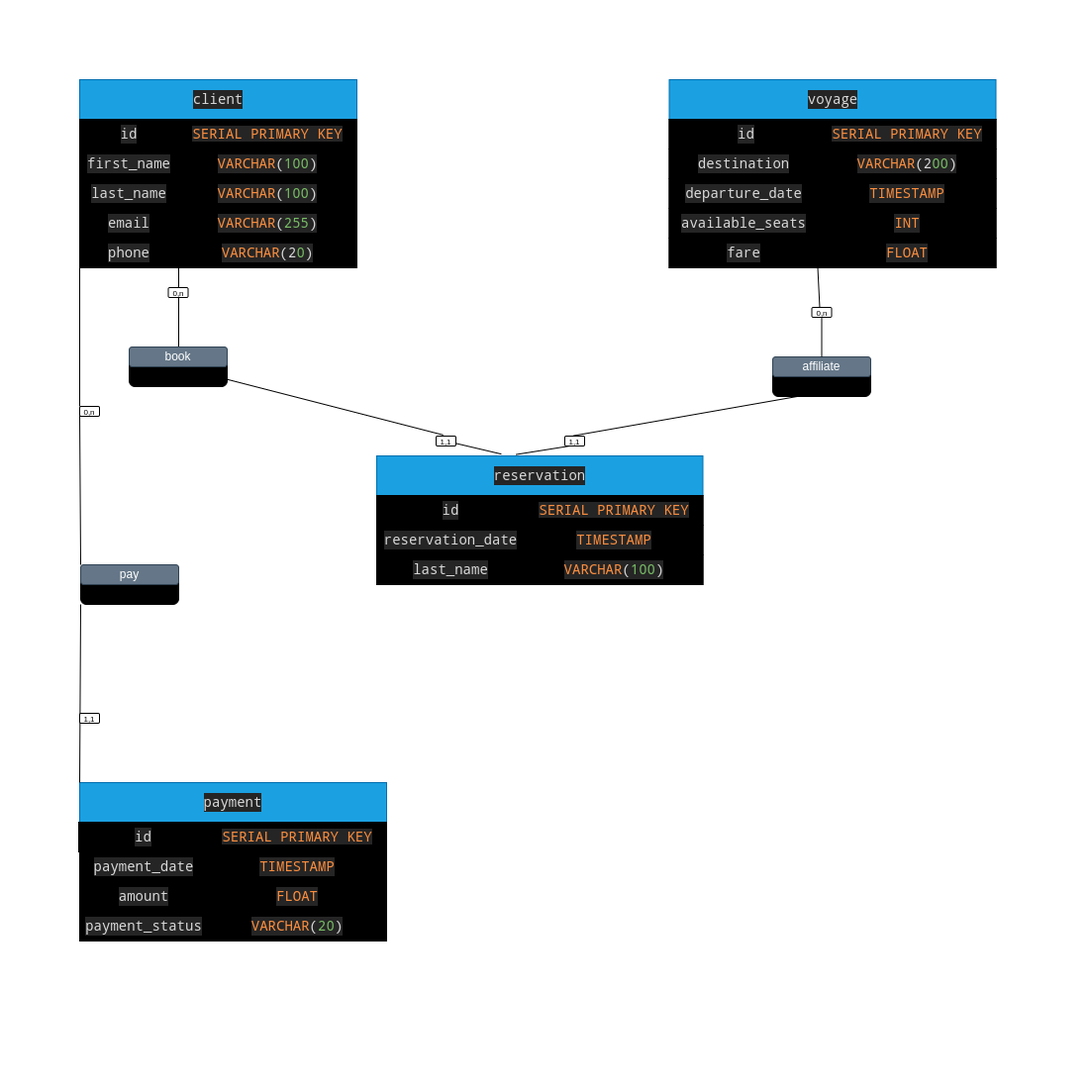
Tiana-Finaritra/4-Transport-booking keeps this draw.io diagram as 1-database/MCD.png. Above is the earlier version. Source tidied: cells renumbered, new cells last; positions are measured from the earlier drawing's top-left corner, leaving out a move shared by most shapes.
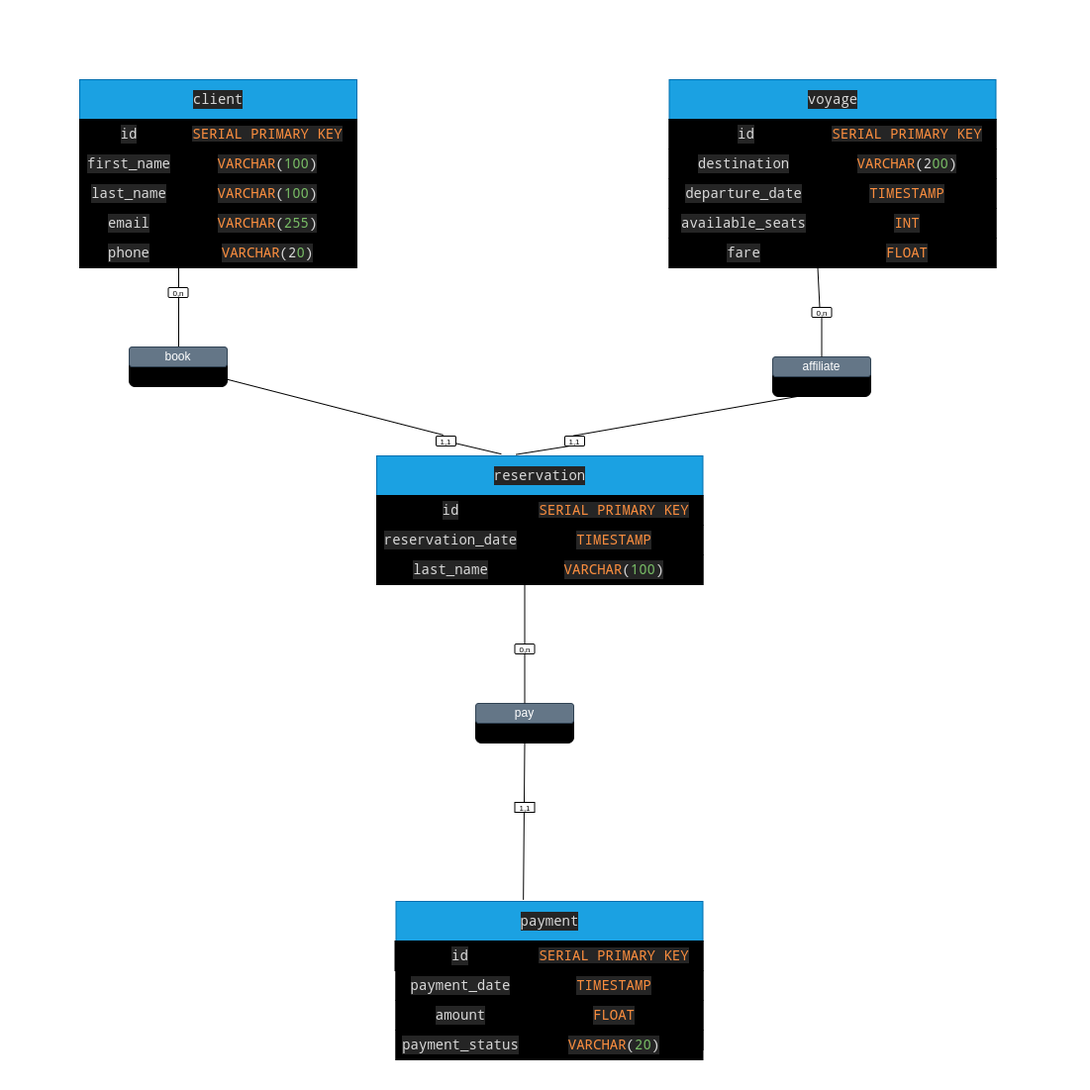
The same file after the commit.

What changed in the source:
```diff
@@ -1,4 +1,4 @@
-<mxGraphModel background="#ffffff">
+<mxGraphModel background="#FFFFFF">
   <root>
     <mxCell id="0" />
     <mxCell id="1" parent="0" />
@@ -99,34 +99,34 @@
       <mxGeometry x="529.5" y="560" width="180" height="30" as="geometry" />
     </mxCell>
     <mxCell id="34" value="&lt;div style=&quot;background-color: rgb(37, 37, 37); font-family: &amp;quot;Droid Sans Mono&amp;quot;, &amp;quot;monospace&amp;quot;, monospace; font-size: 14px; line-height: 19px;&quot;&gt;&lt;div style=&quot;color: rgb(217, 217, 217); line-height: 19px;&quot;&gt;&lt;div style=&quot;line-height: 19px;&quot;&gt;&lt;div style=&quot;line-height: 19px;&quot;&gt;payment&lt;/div&gt;&lt;/div&gt;&lt;/div&gt;&lt;/div&gt;" style="rounded=0;whiteSpace=wrap;html=1;fillColor=#1ba1e2;fontColor=#ffffff;strokeColor=#006EAF;" parent="1" vertex="1">
-      <mxGeometry x="80" y="790" width="310" height="40" as="geometry" />
+      <mxGeometry x="399.5" y="910" width="310" height="40" as="geometry" />
     </mxCell>
     <mxCell id="35" style="rounded=0;whiteSpace=wrap;html=1;fillColor=#000000;" parent="1" vertex="1">
-      <mxGeometry x="110" y="830" width="280" height="110" as="geometry" />
+      <mxGeometry x="429.5" y="950" width="280" height="110" as="geometry" />
     </mxCell>
     <mxCell id="36" style="rounded=0;whiteSpace=wrap;html=1;direction=south;fillColor=#000000;" parent="1" vertex="1">
-      <mxGeometry x="80" y="830" width="130" height="120" as="geometry" />
+      <mxGeometry x="399.5" y="950" width="130" height="120" as="geometry" />
     </mxCell>
     <mxCell id="37" value="&lt;span style=&quot;font-family: &amp;quot;Droid Sans Mono&amp;quot;, &amp;quot;monospace&amp;quot;, monospace; font-size: 14px; background-color: rgb(37, 37, 37); color: rgb(250, 141, 62);&quot;&gt;SERIAL PRIMARY KEY&lt;/span&gt;" style="rounded=0;whiteSpace=wrap;html=1;fillColor=#000000;" parent="1" vertex="1">
-      <mxGeometry x="210" y="830" width="180" height="30" as="geometry" />
+      <mxGeometry x="529.5" y="950" width="180" height="30" as="geometry" />
     </mxCell>
     <mxCell id="38" value="&lt;div style=&quot;color: rgb(217, 217, 217); background-color: rgb(37, 37, 37); font-family: &amp;quot;Droid Sans Mono&amp;quot;, &amp;quot;monospace&amp;quot;, monospace; font-size: 14px; line-height: 19px;&quot;&gt;&lt;div style=&quot;line-height: 19px;&quot;&gt;&lt;div style=&quot;line-height: 19px;&quot;&gt;payment_date&lt;/div&gt;&lt;/div&gt;&lt;/div&gt;" style="rounded=0;whiteSpace=wrap;html=1;fillColor=#000000;" parent="1" vertex="1">
-      <mxGeometry x="80" y="860" width="130" height="30" as="geometry" />
+      <mxGeometry x="399.5" y="980" width="130" height="30" as="geometry" />
     </mxCell>
     <mxCell id="39" value="&lt;div style=&quot;color: rgb(217, 217, 217); background-color: rgb(37, 37, 37); font-family: &amp;quot;Droid Sans Mono&amp;quot;, &amp;quot;monospace&amp;quot;, monospace; font-size: 14px; line-height: 19px;&quot;&gt;&lt;div style=&quot;line-height: 19px;&quot;&gt;&lt;div style=&quot;line-height: 19px;&quot;&gt;&lt;span style=&quot;color: #fa8d3e;&quot;&gt;TIMESTAMP&lt;/span&gt;&lt;/div&gt;&lt;/div&gt;&lt;/div&gt;" style="rounded=0;whiteSpace=wrap;html=1;fillColor=#000000;" parent="1" vertex="1">
-      <mxGeometry x="210" y="860" width="180" height="30" as="geometry" />
+      <mxGeometry x="529.5" y="980" width="180" height="30" as="geometry" />
     </mxCell>
     <mxCell id="40" value="&lt;div style=&quot;color: rgb(217, 217, 217); background-color: rgb(37, 37, 37); font-family: &amp;quot;Droid Sans Mono&amp;quot;, &amp;quot;monospace&amp;quot;, monospace; font-size: 14px; line-height: 19px;&quot;&gt;&lt;div style=&quot;line-height: 19px;&quot;&gt;&lt;div style=&quot;line-height: 19px;&quot;&gt;amount&lt;/div&gt;&lt;/div&gt;&lt;/div&gt;" style="rounded=0;whiteSpace=wrap;html=1;fillColor=#000000;" parent="1" vertex="1">
-      <mxGeometry x="80" y="890" width="130" height="30" as="geometry" />
+      <mxGeometry x="399.5" y="1010" width="130" height="30" as="geometry" />
     </mxCell>
     <mxCell id="41" value="&lt;div style=&quot;color: rgb(217, 217, 217); background-color: rgb(37, 37, 37); font-family: &amp;quot;Droid Sans Mono&amp;quot;, &amp;quot;monospace&amp;quot;, monospace; font-size: 14px; line-height: 19px;&quot;&gt;&lt;div style=&quot;line-height: 19px;&quot;&gt;&lt;div style=&quot;line-height: 19px;&quot;&gt;&lt;div style=&quot;line-height: 19px;&quot;&gt;&lt;span style=&quot;color: #fa8d3e;&quot;&gt;FLOAT&lt;/span&gt;&lt;/div&gt;&lt;/div&gt;&lt;/div&gt;&lt;/div&gt;" style="rounded=0;whiteSpace=wrap;html=1;fillColor=#000000;" parent="1" vertex="1">
-      <mxGeometry x="210" y="890" width="180" height="30" as="geometry" />
+      <mxGeometry x="529.5" y="1010" width="180" height="30" as="geometry" />
     </mxCell>
     <mxCell id="42" value="&lt;div style=&quot;color: rgb(217, 217, 217); background-color: rgb(37, 37, 37); font-family: &amp;quot;Droid Sans Mono&amp;quot;, &amp;quot;monospace&amp;quot;, monospace; font-size: 14px; line-height: 19px;&quot;&gt;&lt;div style=&quot;line-height: 19px;&quot;&gt;&lt;div style=&quot;line-height: 19px;&quot;&gt;&lt;div style=&quot;line-height: 19px;&quot;&gt;payment_status&lt;/div&gt;&lt;/div&gt;&lt;/div&gt;&lt;/div&gt;" style="rounded=0;whiteSpace=wrap;html=1;fillColor=#000000;" parent="1" vertex="1">
-      <mxGeometry x="80" y="920" width="130" height="30" as="geometry" />
+      <mxGeometry x="399.5" y="1040" width="130" height="30" as="geometry" />
     </mxCell>
     <mxCell id="43" value="&lt;div style=&quot;color: rgb(217, 217, 217); background-color: rgb(37, 37, 37); font-family: &amp;quot;Droid Sans Mono&amp;quot;, &amp;quot;monospace&amp;quot;, monospace; font-size: 14px; line-height: 19px;&quot;&gt;&lt;div style=&quot;line-height: 19px;&quot;&gt;&lt;div style=&quot;line-height: 19px;&quot;&gt;&lt;div style=&quot;line-height: 19px;&quot;&gt;&lt;div style=&quot;line-height: 19px;&quot;&gt;&lt;span style=&quot;color: #fa8d3e;&quot;&gt;VARCHAR&lt;/span&gt;(&lt;span style=&quot;color: #78bd65;&quot;&gt;20&lt;/span&gt;)&lt;/div&gt;&lt;/div&gt;&lt;/div&gt;&lt;/div&gt;&lt;/div&gt;" style="rounded=0;whiteSpace=wrap;html=1;fillColor=#000000;" parent="1" vertex="1">
-      <mxGeometry x="210" y="920" width="180" height="30" as="geometry" />
+      <mxGeometry x="529.5" y="1040" width="180" height="30" as="geometry" />
     </mxCell>
     <mxCell id="44" style="endArrow=none;html=1;fontColor=#fb4f3c;entryX=0;entryY=1;entryDx=0;entryDy=0;" parent="1" edge="1" target="13">
       <mxGeometry relative="1" as="geometry">
@@ -176,29 +176,25 @@
       <mxGeometry x="819.5" y="310" width="20" height="10" as="geometry" />
     </mxCell>
     <mxCell id="59" style="rounded=1;whiteSpace=wrap;html=1;fillColor=#000000;" parent="1" vertex="1">
-      <mxGeometry x="81" y="570" width="99" height="40" as="geometry" />
+      <mxGeometry x="480" y="710" width="99" height="40" as="geometry" />
     </mxCell>
     <mxCell id="60" value="pay" style="rounded=1;whiteSpace=wrap;html=1;fillColor=#647687;fontColor=#ffffff;strokeColor=#314354;" parent="1" vertex="1">
-      <mxGeometry x="81" y="570" width="99" height="20" as="geometry" />
+      <mxGeometry x="480" y="710" width="99" height="20" as="geometry" />
     </mxCell>
-    <mxCell id="61" style="endArrow=none;html=1;fontColor=#fb4f3c;exitX=0;exitY=0;exitDx=0;exitDy=0;startArrow=none;entryX=0;entryY=0.75;entryDx=0;entryDy=0;" parent="1" edge="1" target="6">
-      <mxGeometry relative="1" as="geometry">
-        <mxPoint x="80" y="410" as="sourcePoint" />
-      </mxGeometry>
+    <mxCell id="61" style="endArrow=none;html=1;fontColor=#fb4f3c;startArrow=none;entryX=0;entryY=1;entryDx=0;entryDy=0;exitX=0.5;exitY=0;exitDx=0;exitDy=0;exitPerimeter=0;" parent="1" edge="1" source="65" target="33">
+      <mxGeometry relative="1" as="geometry" />
     </mxCell>
-    <mxCell id="62" style="endArrow=none;html=1;fontColor=#fb4f3c;startArrow=none;entryX=0;entryY=1;entryDx=0;entryDy=0;exitX=0;exitY=0;exitDx=0;exitDy=0;" parent="1" edge="1" source="34" target="59">
+    <mxCell id="62" style="endArrow=none;html=1;fontColor=#fb4f3c;startArrow=none;entryX=0.5;entryY=1;entryDx=0;entryDy=0;exitX=0.415;exitY=-0.04;exitDx=0;exitDy=0;exitPerimeter=0;" parent="1" edge="1" source="34" target="59">
       <mxGeometry relative="1" as="geometry" />
     </mxCell>
-    <mxCell id="63" style="endArrow=none;html=1;fontColor=#fb4f3c;exitX=0;exitY=0;exitDx=0;exitDy=0;startArrow=none;entryX=0;entryY=0.75;entryDx=0;entryDy=0;" parent="1" edge="1" source="60">
-      <mxGeometry relative="1" as="geometry">
-        <mxPoint x="80" y="417.5" as="targetPoint" />
-      </mxGeometry>
+    <mxCell id="63" style="endArrow=none;html=1;fontColor=#fb4f3c;startArrow=none;exitX=0.5;exitY=0;exitDx=0;exitDy=0;entryX=0.5;entryY=1;entryDx=0;entryDy=0;" parent="1" edge="1" source="60" target="65">
+      <mxGeometry relative="1" as="geometry" />
     </mxCell>
-    <mxCell id="64" value="&lt;font style=&quot;font-size: 8px;&quot;&gt;1,1&lt;/font&gt;" style="rounded=1;whiteSpace=wrap;html=1;" parent="1" vertex="1">
-      <mxGeometry x="80" y="720" width="20" height="10" as="geometry" />
+    <mxCell id="64" value="&lt;font style=&quot;font-size: 8px;&quot;&gt;1,1&lt;/font&gt;" style="rounded=1;whiteSpace=wrap;html=1;arcSize=0;" parent="1" vertex="1">
+      <mxGeometry x="519.5" y="810" width="20" height="10" as="geometry" />
     </mxCell>
     <mxCell id="65" value="&lt;font style=&quot;font-size: 8px;&quot;&gt;0,n&lt;/font&gt;" style="rounded=1;whiteSpace=wrap;html=1;" parent="1" vertex="1">
-      <mxGeometry x="80" y="410" width="20" height="10" as="geometry" />
+      <mxGeometry x="519.5" y="650" width="20" height="10" as="geometry" />
     </mxCell>
     <mxCell id="66" style="rounded=0;whiteSpace=wrap;html=1;fontSize=8;fontColor=none;noLabel=1;strokeColor=none;fillColor=none;" parent="1" vertex="1">
       <mxGeometry width="120" height="20" as="geometry" />
@@ -222,7 +218,7 @@
       <mxGeometry x="380" y="500" width="150" height="30" as="geometry" />
     </mxCell>
     <mxCell id="73" value="&lt;div style=&quot;color: rgb(217, 217, 217); background-color: rgb(37, 37, 37); font-family: &amp;quot;Droid Sans Mono&amp;quot;, &amp;quot;monospace&amp;quot;, monospace; font-size: 14px; line-height: 19px;&quot;&gt;id&lt;/div&gt;" style="rounded=0;whiteSpace=wrap;html=1;fillColor=#000000;" parent="1" vertex="1">
-      <mxGeometry x="79" y="830" width="131" height="30" as="geometry" />
+      <mxGeometry x="398.5" y="950" width="131" height="30" as="geometry" />
     </mxCell>
   </root>
 </mxGraphModel>
```
